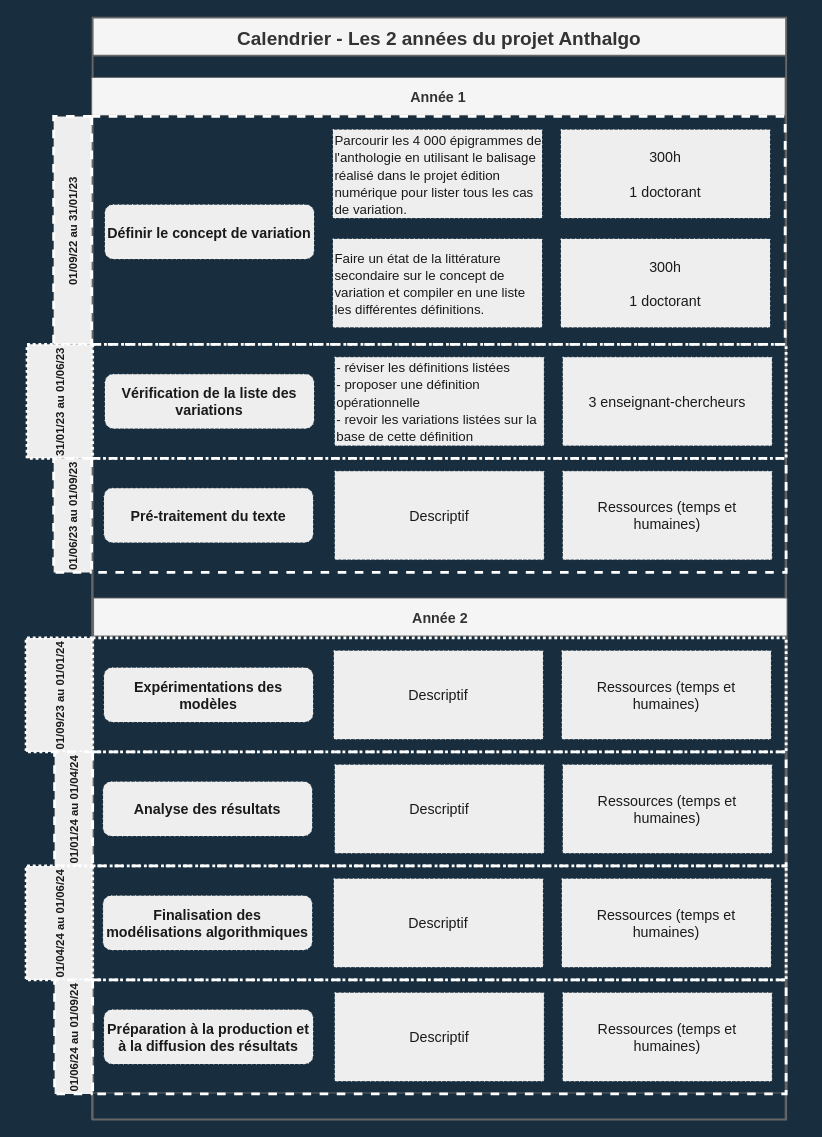
Above: page "Page-1" (1 of 2) of test Diagram.drawio in RochDLY/drawAAP (draw.io), before the change. Source tidied: cells renumbered, new cells numbered last; positions are measured from the earlier drawing's top-left corner, leaving out a move shared by most shapes. Both pictures are drawn from the tidied source at 95%, with x=0, y=0 at pixel (26, 17).
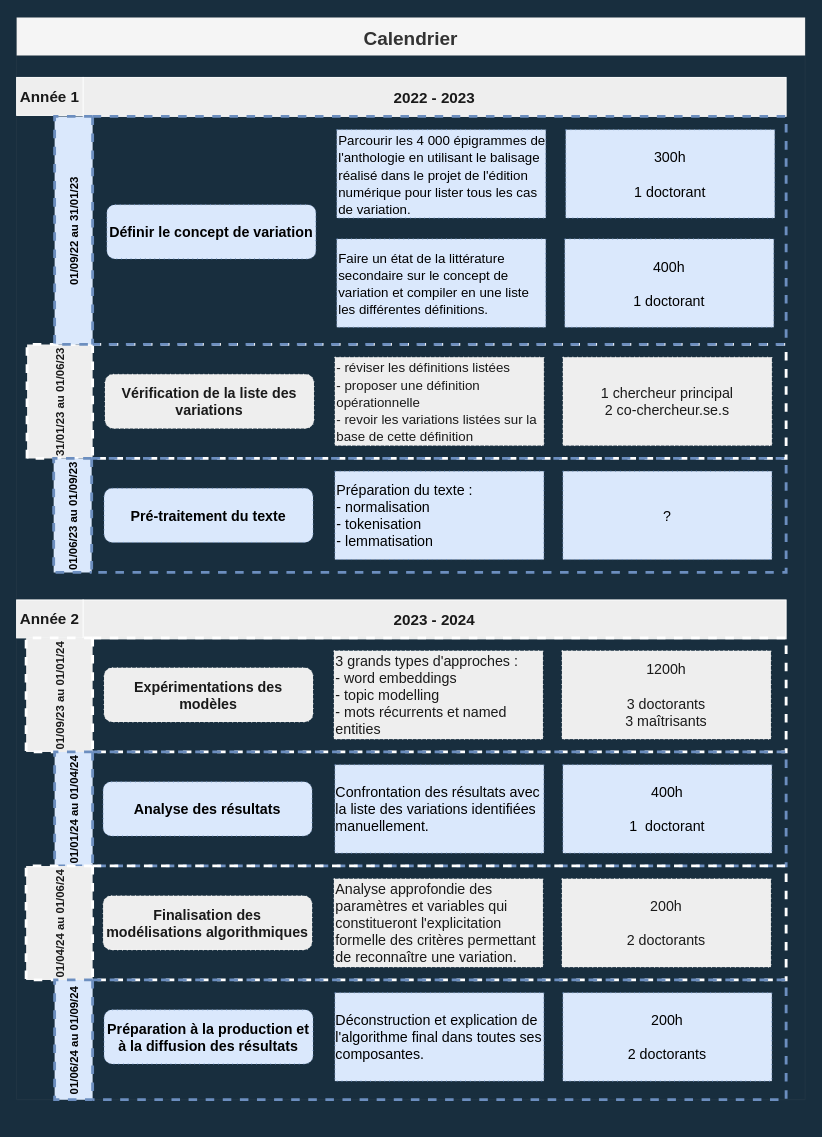
The same page after the edit.

What changed in the source:
```diff
@@
-    <mxCell id="2" value="Calendrier - Les 2 années du projet Anthalgo" style="swimlane;startSize=40;fillColor=#f5f5f5;strokeColor=#666666;fontSize=20;strokeWidth=2;fontColor=#333333;" parent="1" vertex="1">
-      <mxGeometry x="70" width="730" height="1160" as="geometry" />
+    <mxCell id="2" value="Calendrier" style="swimlane;startSize=40;fillColor=#f5f5f5;strokeColor=#808080;fontSize=20;strokeWidth=0;fontColor=#333333;" parent="1" vertex="1">
+      <mxGeometry x="-10" width="830" height="1139" as="geometry" />
     </mxCell>
+    <mxCell id="42" value="&lt;b&gt;&lt;font style=&quot;font-size: 16px&quot;&gt;2023 - 2024&lt;/font&gt;&lt;/b&gt;" style="rounded=0;whiteSpace=wrap;html=1;shadow=0;sketch=0;fontColor=#1A1A1A;strokeColor=#FFFFFF;fillColor=#EEEEEE;" parent="2" vertex="1">
+      <mxGeometry x="70" y="613" width="740" height="41" as="geometry" />
+    </mxCell>
+    <mxCell id="43" value="&lt;b&gt;&lt;font style=&quot;font-size: 16px&quot;&gt;2022 - 2023&lt;/font&gt;&lt;/b&gt;" style="rounded=0;whiteSpace=wrap;html=1;shadow=0;sketch=0;fontColor=#1A1A1A;strokeColor=#FFFFFF;fillColor=#EEEEEE;" parent="2" vertex="1">
+      <mxGeometry x="70" y="63" width="740" height="41" as="geometry" />
+    </mxCell>
-    <mxCell id="3" value="Année 1" style="swimlane;startSize=40;fillColor=#f5f5f5;strokeColor=#666666;fontSize=15;fontColor=#333333;" parent="2" vertex="1">
-      <mxGeometry x="-1" y="63" width="730" height="1097" as="geometry" />
+    <mxCell id="3" value="&lt;b&gt;Année 1&lt;/b&gt;" style="rounded=0;whiteSpace=wrap;html=1;shadow=0;sketch=0;fontSize=16;fontColor=#1A1A1A;strokeColor=#FFFFFF;fillColor=#EEEEEE;" parent="2" vertex="1">
+      <mxGeometry y="63" width="70" height="40" as="geometry" />
     </mxCell>
-    <mxCell id="4" value="01/09/22 au 31/01/23" style="swimlane;horizontal=0;dashed=1;startSize=40;fontSize=12;strokeWidth=3;strokeColor=#FFFFFF;fontColor=#1A1A1A;fillColor=#EEEEEE;" parent="3" vertex="1">
-      <mxGeometry x="-40" y="41" width="770" height="240" as="geometry" />
-    </mxCell>
-    <mxCell id="5" style="edgeStyle=orthogonalEdgeStyle;rounded=0;orthogonalLoop=1;jettySize=auto;html=1;fontFamily=Garamond;fontSize=17;fontColor=#FFFFFF;endSize=6;strokeColor=#FFFFFF;strokeWidth=3;startArrow=none;labelBackgroundColor=#182E3E;" parent="4" edge="1">
-      <mxGeometry relative="1" as="geometry">
-        <mxPoint x="380" y="139" as="sourcePoint" />
-        <mxPoint x="380" y="139" as="targetPoint" />
-      </mxGeometry>
-    </mxCell>
-    <mxCell id="6" value="&lt;p&gt;&lt;b&gt;Définir le concept de variation&lt;/b&gt;&lt;/p&gt;" style="rounded=1;whiteSpace=wrap;html=1;dashed=1;fontSize=15;fillColor=#EEEEEE;strokeColor=#FFFFFF;dashPattern=1 4;align=center;sketch=0;fontColor=#1A1A1A;" parent="4" vertex="1">
-      <mxGeometry x="54" y="93" width="220" height="57" as="geometry" />
-    </mxCell>
-    <mxCell id="7" value="&lt;div align=&quot;left&quot;&gt;&lt;font style=&quot;font-size: 14px&quot;&gt;Parcourir les 4 000 épigrammes de l'anthologie en utilisant le balisage réalisé dans le projet édition numérique pour lister tous les cas de variation.&lt;/font&gt;&lt;/div&gt;" style="rounded=0;whiteSpace=wrap;html=1;dashed=1;fontSize=15;fillColor=#EEEEEE;strokeColor=#FFFFFF;dashPattern=1 4;align=left;sketch=0;fontColor=#1A1A1A;" parent="4" vertex="1">
-      <mxGeometry x="294" y="14" width="220" height="93" as="geometry" />
-    </mxCell>
-    <mxCell id="8" value="&lt;div&gt;300h&lt;/div&gt;&lt;div&gt;&lt;br&gt;&lt;/div&gt;&lt;div&gt;1 doctorant&lt;br&gt;&lt;/div&gt;" style="rounded=0;whiteSpace=wrap;html=1;dashed=1;fontSize=15;fillColor=#EEEEEE;strokeColor=#FFFFFF;dashPattern=1 4;align=center;sketch=0;fontColor=#1A1A1A;" parent="4" vertex="1">
-      <mxGeometry x="534" y="14" width="220" height="93" as="geometry" />
-    </mxCell>
-    <mxCell id="9" value="&lt;div align=&quot;left&quot;&gt;&lt;font style=&quot;font-size: 14px&quot;&gt;Faire un état de la littérature secondaire sur le concept de variation et compiler en une liste les différentes définitions.&lt;/font&gt;&lt;/div&gt;" style="rounded=0;whiteSpace=wrap;html=1;dashed=1;fontSize=15;fillColor=#EEEEEE;strokeColor=#FFFFFF;dashPattern=1 4;align=left;sketch=0;fontColor=#1A1A1A;" parent="4" vertex="1">
-      <mxGeometry x="294" y="129" width="220" height="93" as="geometry" />
-    </mxCell>
-    <mxCell id="10" value="&lt;div&gt;300h&lt;/div&gt;&lt;div&gt;&lt;br&gt;&lt;/div&gt;&lt;div&gt;1 doctorant&lt;br&gt;&lt;/div&gt;" style="rounded=0;whiteSpace=wrap;html=1;dashed=1;fontSize=15;fillColor=#EEEEEE;strokeColor=#FFFFFF;dashPattern=1 4;align=center;sketch=0;fontColor=#1A1A1A;" parent="4" vertex="1">
-      <mxGeometry x="534" y="129" width="220" height="93" as="geometry" />
-    </mxCell>
-    <mxCell id="11" value="Année 2" style="swimlane;startSize=40;fillColor=#f5f5f5;strokeColor=#666666;fontSize=15;rounded=0;sketch=0;fontColor=#333333;" parent="3" vertex="1">
-      <mxGeometry x="2" y="548" width="730" height="521" as="geometry" />
+    <mxCell id="11" value="&lt;b&gt;Année 2&lt;br&gt;&lt;/b&gt;" style="rounded=0;whiteSpace=wrap;html=1;shadow=0;sketch=0;fontSize=16;fontColor=#1A1A1A;strokeColor=#FFFFFF;fillColor=#EEEEEE;" parent="2" vertex="1">
+      <mxGeometry y="613" width="70" height="40" as="geometry" />
     </mxCell>
-    <mxCell id="12" value="31/01/23 au 01/06/23" style="swimlane;horizontal=0;startSize=69;fontSize=12;strokeWidth=3;strokeColor=#FFFFFF;fontColor=#1A1A1A;dashed=1;dashPattern=1 1;fillColor=#EEEEEE;" parent="1" vertex="1">
+    <mxCell id="12" value="31/01/23 au 01/06/23" style="swimlane;horizontal=0;startSize=69;fontSize=12;strokeWidth=3;strokeColor=#FFFFFF;fontColor=#1A1A1A;dashed=1;fillColor=#EEEEEE;" parent="1" vertex="1">
       <mxGeometry x="1" y="344" width="799" height="120" as="geometry" />
     </mxCell>
@@
-    <mxCell id="14" value="&lt;div align=&quot;left&quot;&gt;&lt;font style=&quot;font-size: 14px&quot;&gt;- réviser les définitions listées&lt;/font&gt;&lt;br&gt;&lt;font style=&quot;font-size: 14px&quot;&gt;- proposer une définition opérationnelle &lt;/font&gt;&lt;br&gt;&lt;font style=&quot;font-size: 14px&quot;&gt;- revoir les variations listées sur la base de cette définition&lt;/font&gt;&lt;/div&gt;" style="rounded=0;whiteSpace=wrap;html=1;dashed=1;fontSize=15;fillColor=#EEEEEE;strokeColor=#FFFFFF;dashPattern=1 4;align=left;sketch=0;fontColor=#1A1A1A;" parent="12" vertex="1">
+    <mxCell id="14" value="&lt;div align=&quot;left&quot;&gt;&lt;font style=&quot;font-size: 14px&quot;&gt;- réviser les définitions listées&lt;/font&gt;&lt;br&gt;&lt;font style=&quot;font-size: 14px&quot;&gt;- proposer une définition opérationnelle &lt;/font&gt;&lt;br&gt;&lt;font style=&quot;font-size: 14px&quot;&gt;- revoir les variations listées sur la base de cette définition&lt;/font&gt;&lt;/div&gt;" style="rounded=0;whiteSpace=wrap;html=1;dashed=1;fontSize=15;fillColor=#EEEEEE;strokeColor=#FFFFFF;dashPattern=1 4;align=left;fontColor=#1A1A1A;" parent="12" vertex="1">
       <mxGeometry x="324" y="13.5" width="220" height="93" as="geometry" />
     </mxCell>
-    <mxCell id="15" value="3 enseignant-chercheurs" style="rounded=0;whiteSpace=wrap;html=1;dashed=1;fontSize=15;fillColor=#EEEEEE;strokeColor=#FFFFFF;dashPattern=1 4;align=center;sketch=0;fontColor=#1A1A1A;" parent="12" vertex="1">
+    <mxCell id="15" value="&lt;div&gt;1 chercheur principal&lt;/div&gt;&lt;div&gt;2 co-chercheur.se.s&lt;br&gt;&lt;/div&gt;" style="rounded=0;whiteSpace=wrap;html=1;dashed=1;fontSize=15;fillColor=#EEEEEE;strokeColor=#FFFFFF;dashPattern=1 4;align=center;fontColor=#1A1A1A;" parent="12" vertex="1">
       <mxGeometry x="564" y="13.5" width="220" height="93" as="geometry" />
     </mxCell>
-    <mxCell id="16" value="&lt;b&gt;Vérification de la liste des variations&lt;/b&gt;" style="rounded=1;whiteSpace=wrap;html=1;dashed=1;fontSize=15;fillColor=#EEEEEE;strokeColor=#FFFFFF;dashPattern=1 4;align=center;sketch=0;fontColor=#1A1A1A;" parent="12" vertex="1">
+    <mxCell id="16" value="&lt;b&gt;Vérification de la liste des variations&lt;/b&gt;" style="rounded=1;whiteSpace=wrap;html=1;dashed=1;fontSize=15;fillColor=#EEEEEE;strokeColor=#FFFFFF;dashPattern=1 4;align=center;fontColor=#1A1A1A;" parent="12" vertex="1">
       <mxGeometry x="82" y="31.5" width="220" height="57" as="geometry" />
     </mxCell>
-    <mxCell id="17" value="01/06/23 au 01/09/23" style="swimlane;horizontal=0;dashed=1;startSize=40;fontSize=12;strokeWidth=3;strokeColor=#FFFFFF;fontColor=#1A1A1A;fillColor=#EEEEEE;" parent="1" vertex="1">
+    <mxCell id="17" value="01/06/23 au 01/09/23" style="swimlane;horizontal=0;dashed=1;startSize=40;fontSize=12;strokeWidth=3;strokeColor=#6c8ebf;fillColor=#dae8fc;" parent="1" vertex="1">
       <mxGeometry x="29" y="464" width="771" height="120" as="geometry" />
     </mxCell>
@@
-    <mxCell id="19" value="Descriptif" style="rounded=0;whiteSpace=wrap;html=1;dashed=1;fontSize=15;fillColor=#EEEEEE;strokeColor=#FFFFFF;dashPattern=1 4;align=center;sketch=0;fontColor=#1A1A1A;" parent="17" vertex="1">
+    <mxCell id="19" value="&lt;div align=&quot;left&quot;&gt;Préparation du texte :&lt;/div&gt;&lt;div align=&quot;left&quot;&gt;- normalisation&lt;/div&gt;&lt;div align=&quot;left&quot;&gt;- tokenisation&lt;/div&gt;&lt;div align=&quot;left&quot;&gt;- lemmatisation&lt;br&gt;&lt;/div&gt;" style="rounded=0;whiteSpace=wrap;html=1;dashed=1;fontSize=15;fillColor=#dae8fc;strokeColor=#6c8ebf;dashPattern=1 4;align=left;" parent="17" vertex="1">
       <mxGeometry x="296" y="13.5" width="220" height="93" as="geometry" />
     </mxCell>
-    <mxCell id="20" value="Ressources (temps et humaines)" style="rounded=0;whiteSpace=wrap;html=1;dashed=1;fontSize=15;fillColor=#EEEEEE;strokeColor=#FFFFFF;dashPattern=1 4;align=center;sketch=0;fontColor=#1A1A1A;" parent="17" vertex="1">
+    <mxCell id="20" value="?" style="rounded=0;whiteSpace=wrap;html=1;dashed=1;fontSize=15;fillColor=#dae8fc;strokeColor=#6c8ebf;dashPattern=1 4;align=center;" parent="17" vertex="1">
       <mxGeometry x="536" y="13.5" width="220" height="93" as="geometry" />
     </mxCell>
-    <mxCell id="21" value="&lt;b&gt;Pré-traitement du texte&lt;/b&gt;" style="rounded=1;whiteSpace=wrap;html=1;dashed=1;fontSize=15;fillColor=#EEEEEE;strokeColor=#FFFFFF;dashPattern=1 4;align=center;sketch=0;fontColor=#1A1A1A;" parent="17" vertex="1">
+    <mxCell id="21" value="&lt;b&gt;Pré-traitement du texte&lt;/b&gt;" style="rounded=1;whiteSpace=wrap;html=1;dashed=1;fontSize=15;fillColor=#dae8fc;strokeColor=#6c8ebf;dashPattern=1 4;align=center;" parent="17" vertex="1">
       <mxGeometry x="53" y="31.5" width="220" height="57" as="geometry" />
     </mxCell>
-    <mxCell id="22" value="01/09/23 au 01/01/24" style="swimlane;horizontal=0;dashed=1;startSize=70;fontSize=12;strokeWidth=3;strokeColor=#FFFFFF;fontColor=#1A1A1A;dashPattern=1 1;fillColor=#EEEEEE;" parent="1" vertex="1">
+    <mxCell id="22" value="01/09/23 au 01/01/24" style="swimlane;horizontal=0;dashed=1;startSize=70;fontSize=12;strokeWidth=3;strokeColor=#FFFFFF;fontColor=#1A1A1A;fillColor=#EEEEEE;" parent="1" vertex="1">
       <mxGeometry y="653" width="800" height="120" as="geometry" />
     </mxCell>
@@
-    <mxCell id="24" value="Descriptif" style="rounded=0;whiteSpace=wrap;html=1;dashed=1;fontSize=15;fillColor=#EEEEEE;strokeColor=#FFFFFF;dashPattern=1 4;align=center;sketch=0;fontColor=#1A1A1A;" parent="22" vertex="1">
+    <mxCell id="24" value="&lt;div align=&quot;left&quot;&gt;3 grands types d'approches :&lt;br&gt;- word embeddings&lt;br&gt;- topic modelling&lt;br&gt;- mots récurrents et named entities&lt;/div&gt;" style="rounded=0;whiteSpace=wrap;html=1;dashed=1;fontSize=15;fillColor=#EEEEEE;strokeColor=#FFFFFF;dashPattern=1 4;align=left;fontColor=#1A1A1A;" parent="22" vertex="1">
       <mxGeometry x="324" y="13.5" width="220" height="93" as="geometry" />
     </mxCell>
-    <mxCell id="25" value="Ressources (temps et humaines)" style="rounded=0;whiteSpace=wrap;html=1;dashed=1;fontSize=15;fillColor=#EEEEEE;strokeColor=#FFFFFF;dashPattern=1 4;align=center;sketch=0;fontColor=#1A1A1A;" parent="22" vertex="1">
+    <mxCell id="25" value="&lt;div&gt;1200h&lt;br&gt;&lt;/div&gt;&lt;div&gt;&lt;br&gt;&lt;/div&gt;&lt;div&gt;3 doctorants&lt;/div&gt;&lt;div&gt;3 maîtrisants&lt;br&gt;&lt;/div&gt;" style="rounded=0;whiteSpace=wrap;html=1;dashed=1;fontSize=15;fillColor=#EEEEEE;strokeColor=#FFFFFF;dashPattern=1 4;align=center;fontColor=#1A1A1A;" parent="22" vertex="1">
       <mxGeometry x="564" y="13.5" width="220" height="93" as="geometry" />
     </mxCell>
-    <mxCell id="26" value="&lt;b&gt;Expérimentations des modèles&lt;/b&gt;" style="rounded=1;whiteSpace=wrap;html=1;dashed=1;fontSize=15;fillColor=#EEEEEE;strokeColor=#FFFFFF;dashPattern=1 4;align=center;sketch=0;fontColor=#1A1A1A;" parent="22" vertex="1">
+    <mxCell id="26" value="&lt;b&gt;Expérimentations des modèles&lt;/b&gt;" style="rounded=1;whiteSpace=wrap;html=1;dashed=1;fontSize=15;fillColor=#EEEEEE;strokeColor=#FFFFFF;dashPattern=1 4;align=center;fontColor=#1A1A1A;" parent="22" vertex="1">
       <mxGeometry x="82" y="31.5" width="220" height="57" as="geometry" />
     </mxCell>
-    <mxCell id="27" value="01/01/24 au 01/04/24" style="swimlane;horizontal=0;dashed=1;startSize=40;fontSize=12;strokeWidth=3;strokeColor=#FFFFFF;fontColor=#1A1A1A;fillColor=#EEEEEE;" parent="1" vertex="1">
+    <mxCell id="27" value="01/01/24 au 01/04/24" style="swimlane;horizontal=0;dashed=1;startSize=40;fontSize=12;strokeWidth=3;strokeColor=#6c8ebf;fillColor=#dae8fc;" parent="1" vertex="1">
       <mxGeometry x="30" y="773" width="770" height="120" as="geometry" />
     </mxCell>
@@
-    <mxCell id="29" value="Descriptif" style="rounded=0;whiteSpace=wrap;html=1;dashed=1;fontSize=15;fillColor=#EEEEEE;strokeColor=#FFFFFF;dashPattern=1 4;align=center;sketch=0;fontColor=#1A1A1A;" parent="27" vertex="1">
+    <mxCell id="29" value="&lt;div align=&quot;left&quot;&gt;Confrontation des résultats avec la liste des variations identifiées manuellement.&lt;br&gt;&lt;/div&gt;" style="rounded=0;whiteSpace=wrap;html=1;dashed=1;fontSize=15;fillColor=#dae8fc;strokeColor=#6c8ebf;dashPattern=1 4;align=center;" parent="27" vertex="1">
       <mxGeometry x="295" y="13.5" width="220" height="93" as="geometry" />
     </mxCell>
-    <mxCell id="30" value="Ressources (temps et humaines)" style="rounded=0;whiteSpace=wrap;html=1;dashed=1;fontSize=15;fillColor=#EEEEEE;strokeColor=#FFFFFF;dashPattern=1 4;align=center;sketch=0;fontColor=#1A1A1A;" parent="27" vertex="1">
+    <mxCell id="30" value="&lt;div&gt;400h&lt;/div&gt;&lt;div&gt;&lt;br&gt;&lt;/div&gt;&lt;div&gt;1&amp;nbsp; doctorant&lt;br&gt;&lt;/div&gt;" style="rounded=0;whiteSpace=wrap;html=1;dashed=1;fontSize=15;fillColor=#dae8fc;strokeColor=#6c8ebf;dashPattern=1 4;align=center;" parent="27" vertex="1">
       <mxGeometry x="535" y="13.5" width="220" height="93" as="geometry" />
     </mxCell>
-    <mxCell id="31" value="&lt;b&gt;Analyse des résultats&lt;/b&gt;" style="rounded=1;whiteSpace=wrap;html=1;dashed=1;fontSize=15;fillColor=#EEEEEE;strokeColor=#FFFFFF;dashPattern=1 4;align=center;sketch=0;fontColor=#1A1A1A;" parent="27" vertex="1">
+    <mxCell id="31" value="&lt;b&gt;Analyse des résultats&lt;/b&gt;" style="rounded=1;whiteSpace=wrap;html=1;dashed=1;fontSize=15;fillColor=#dae8fc;strokeColor=#6c8ebf;dashPattern=1 4;align=center;" parent="27" vertex="1">
       <mxGeometry x="51" y="31.5" width="220" height="57" as="geometry" />
     </mxCell>
-    <mxCell id="32" value="01/04/24 au 01/06/24" style="swimlane;horizontal=0;dashed=1;startSize=70;fontSize=12;strokeWidth=3;strokeColor=#FFFFFF;fontColor=#1A1A1A;dashPattern=1 1;fillColor=#EEEEEE;" parent="1" vertex="1">
+    <mxCell id="32" value="01/04/24 au 01/06/24" style="swimlane;horizontal=0;dashed=1;startSize=70;fontSize=12;strokeWidth=3;strokeColor=#FFFFFF;fontColor=#1A1A1A;fillColor=#EEEEEE;" parent="1" vertex="1">
       <mxGeometry y="893" width="800" height="120" as="geometry" />
     </mxCell>
@@
-    <mxCell id="34" value="Descriptif" style="rounded=0;whiteSpace=wrap;html=1;dashed=1;fontSize=15;fillColor=#EEEEEE;strokeColor=#FFFFFF;dashPattern=1 4;align=center;sketch=0;fontColor=#1A1A1A;" parent="32" vertex="1">
+    <mxCell id="34" value="&lt;div align=&quot;left&quot;&gt;Analyse approfondie des paramètres et variables qui constitueront l'explicitation formelle des critères permettant de reconnaître une variation.&lt;/div&gt;" style="rounded=0;whiteSpace=wrap;html=1;dashed=1;fontSize=15;fillColor=#EEEEEE;strokeColor=#FFFFFF;dashPattern=1 4;align=left;fontColor=#1A1A1A;" parent="32" vertex="1">
       <mxGeometry x="324" y="13.5" width="220" height="93" as="geometry" />
     </mxCell>
-    <mxCell id="35" value="Ressources (temps et humaines)" style="rounded=0;whiteSpace=wrap;html=1;dashed=1;fontSize=15;fillColor=#EEEEEE;strokeColor=#FFFFFF;dashPattern=1 4;align=center;sketch=0;fontColor=#1A1A1A;" parent="32" vertex="1">
+    <mxCell id="35" value="&lt;div&gt;200h&lt;/div&gt;&lt;div&gt;&lt;br&gt;&lt;/div&gt;&lt;div&gt;2 doctorants&lt;br&gt;&lt;/div&gt;" style="rounded=0;whiteSpace=wrap;html=1;dashed=1;fontSize=15;fillColor=#EEEEEE;strokeColor=#FFFFFF;dashPattern=1 4;align=center;fontColor=#1A1A1A;" parent="32" vertex="1">
       <mxGeometry x="564" y="13.5" width="220" height="93" as="geometry" />
     </mxCell>
-    <mxCell id="36" value="&lt;b&gt;Finalisation des modélisations algorithmiques&lt;/b&gt;" style="rounded=1;whiteSpace=wrap;html=1;dashed=1;fontSize=15;fillColor=#EEEEEE;strokeColor=#FFFFFF;dashPattern=1 4;align=center;sketch=0;fontColor=#1A1A1A;" parent="32" vertex="1">
+    <mxCell id="36" value="&lt;b&gt;Finalisation des modélisations algorithmiques&lt;/b&gt;" style="rounded=1;whiteSpace=wrap;html=1;dashed=1;fontSize=15;fillColor=#EEEEEE;strokeColor=#FFFFFF;dashPattern=1 4;align=center;fontColor=#1A1A1A;" parent="32" vertex="1">
       <mxGeometry x="81" y="31.5" width="220" height="57" as="geometry" />
     </mxCell>
-    <mxCell id="37" value="01/06/24 au 01/09/24" style="swimlane;horizontal=0;dashed=1;startSize=40;fontSize=12;strokeWidth=3;strokeColor=#FFFFFF;fontColor=#1A1A1A;fillColor=#EEEEEE;" parent="1" vertex="1">
-      <mxGeometry x="30" y="1013" width="770" height="120" as="geometry" />
+    <mxCell id="37" value="01/06/24 au 01/09/24" style="swimlane;horizontal=0;dashed=1;startSize=40;fontSize=12;strokeWidth=3;strokeColor=#6c8ebf;fillColor=#dae8fc;" parent="1" vertex="1">
+      <mxGeometry x="30" y="1013" width="770" height="126" as="geometry" />
     </mxCell>
@@
-    <mxCell id="39" value="Descriptif" style="rounded=0;whiteSpace=wrap;html=1;dashed=1;fontSize=15;fillColor=#EEEEEE;strokeColor=#FFFFFF;dashPattern=1 4;align=center;sketch=0;fontColor=#1A1A1A;" parent="37" vertex="1">
+    <mxCell id="39" value="&lt;div align=&quot;left&quot;&gt;Déconstruction et explication de l'algorithme final dans toutes ses composantes.&lt;br&gt;&lt;/div&gt;" style="rounded=0;whiteSpace=wrap;html=1;dashed=1;fontSize=15;fillColor=#dae8fc;strokeColor=#6c8ebf;dashPattern=1 4;align=center;" parent="37" vertex="1">
       <mxGeometry x="295" y="13.5" width="220" height="93" as="geometry" />
     </mxCell>
-    <mxCell id="40" value="Ressources (temps et humaines)" style="rounded=0;whiteSpace=wrap;html=1;dashed=1;fontSize=15;fillColor=#EEEEEE;strokeColor=#FFFFFF;dashPattern=1 4;align=center;sketch=0;fontColor=#1A1A1A;" parent="37" vertex="1">
+    <mxCell id="40" value="200h&lt;div&gt;&lt;br&gt;&lt;/div&gt;&lt;div&gt;2 doctorants&lt;br&gt;&lt;/div&gt;" style="rounded=0;whiteSpace=wrap;html=1;dashed=1;fontSize=15;fillColor=#dae8fc;strokeColor=#6c8ebf;dashPattern=1 4;align=center;" parent="37" vertex="1">
       <mxGeometry x="535" y="13.5" width="220" height="93" as="geometry" />
     </mxCell>
-    <mxCell id="41" value="&lt;b&gt;Préparation à la production et à la diffusion des résultats&lt;/b&gt;" style="rounded=1;whiteSpace=wrap;html=1;dashed=1;fontSize=15;fillColor=#EEEEEE;strokeColor=#FFFFFF;dashPattern=1 4;align=center;sketch=0;fontColor=#1A1A1A;" parent="37" vertex="1">
+    <mxCell id="41" value="&lt;b&gt;Préparation à la production et à la diffusion des résultats&lt;/b&gt;" style="rounded=1;whiteSpace=wrap;html=1;dashed=1;fontSize=15;fillColor=#dae8fc;strokeColor=#6c8ebf;dashPattern=1 4;align=center;" parent="37" vertex="1">
       <mxGeometry x="52" y="31.5" width="220" height="57" as="geometry" />
     </mxCell>
+    <mxCell id="4" value="01/09/22 au 31/01/23" style="swimlane;horizontal=0;dashed=1;startSize=40;fontSize=12;strokeWidth=3;strokeColor=#6c8ebf;fillColor=#dae8fc;" parent="1" vertex="1">
+      <mxGeometry x="30" y="104" width="770" height="240" as="geometry" />
+    </mxCell>
+    <mxCell id="5" style="edgeStyle=orthogonalEdgeStyle;rounded=0;orthogonalLoop=1;jettySize=auto;html=1;fontFamily=Garamond;fontSize=17;fontColor=#FFFFFF;endSize=6;strokeColor=#FFFFFF;strokeWidth=3;startArrow=none;labelBackgroundColor=#182E3E;" parent="4" edge="1">
+      <mxGeometry relative="1" as="geometry">
+        <mxPoint x="380" y="139" as="sourcePoint" />
+        <mxPoint x="380" y="139" as="targetPoint" />
+      </mxGeometry>
+    </mxCell>
+    <mxCell id="6" value="&lt;p&gt;&lt;b&gt;Définir le concept de variation&lt;/b&gt;&lt;/p&gt;" style="rounded=1;whiteSpace=wrap;html=1;dashed=1;fontSize=15;fillColor=#dae8fc;strokeColor=#6c8ebf;dashPattern=1 4;align=center;" parent="4" vertex="1">
+      <mxGeometry x="55" y="93" width="220" height="57" as="geometry" />
+    </mxCell>
+    <mxCell id="7" value="&lt;div align=&quot;left&quot;&gt;&lt;font style=&quot;font-size: 14px&quot;&gt;Parcourir les 4 000 épigrammes de l'anthologie en utilisant le balisage réalisé dans le projet de l'édition numérique pour lister tous les cas de variation.&lt;/font&gt;&lt;/div&gt;" style="rounded=0;whiteSpace=wrap;html=1;dashed=1;fontSize=15;fillColor=#dae8fc;strokeColor=#6c8ebf;dashPattern=1 4;align=left;sketch=0;shadow=0;" parent="4" vertex="1">
+      <mxGeometry x="297" y="14" width="220" height="93" as="geometry" />
+    </mxCell>
+    <mxCell id="8" value="&lt;div&gt;300h&lt;/div&gt;&lt;div&gt;&lt;br&gt;&lt;/div&gt;&lt;div&gt;1 doctorant&lt;br&gt;&lt;/div&gt;" style="rounded=0;whiteSpace=wrap;html=1;dashed=1;fontSize=15;fillColor=#dae8fc;strokeColor=#6c8ebf;dashPattern=1 4;align=center;" parent="4" vertex="1">
+      <mxGeometry x="538" y="14" width="220" height="93" as="geometry" />
+    </mxCell>
+    <mxCell id="9" value="&lt;div align=&quot;left&quot;&gt;&lt;font style=&quot;font-size: 14px&quot;&gt;Faire un état de la littérature secondaire sur le concept de variation et compiler en une liste les différentes définitions.&lt;/font&gt;&lt;/div&gt;" style="rounded=0;whiteSpace=wrap;html=1;dashed=1;fontSize=15;fillColor=#dae8fc;strokeColor=#6c8ebf;dashPattern=1 4;align=left;" parent="4" vertex="1">
+      <mxGeometry x="297" y="129" width="220" height="93" as="geometry" />
+    </mxCell>
+    <mxCell id="10" value="&lt;div&gt;400h&lt;/div&gt;&lt;div&gt;&lt;br&gt;&lt;/div&gt;&lt;div&gt;1 doctorant&lt;br&gt;&lt;/div&gt;" style="rounded=0;whiteSpace=wrap;html=1;dashed=1;fontSize=15;fillColor=#dae8fc;strokeColor=#6c8ebf;dashPattern=1 4;align=center;" parent="4" vertex="1">
+      <mxGeometry x="537" y="129" width="220" height="93" as="geometry" />
+    </mxCell>
```
